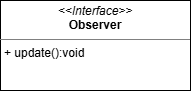
Earlier version of the draw.io export lab03/dc.png (ShemetovDanila/Object-oriented-analysis-and-design-2). Source tidied: cells renumbered, new cells last; positions are measured from the earlier drawing's top-left corner, leaving out a move shared by most shapes. Source of this version:
```xml
<mxGraphModel>
  <root>
    <mxCell id="0" />
    <mxCell id="1" parent="0" />
    <mxCell id="2" value="&lt;p style=&quot;margin:0px;margin-top:4px;text-align:center;&quot;&gt;&lt;i&gt;&amp;lt;&amp;lt;Interface&amp;gt;&amp;gt;&lt;/i&gt;&lt;br&gt;&lt;b&gt;Observer&lt;/b&gt;&lt;/p&gt;&lt;hr size=&quot;1&quot; style=&quot;border-style:solid;&quot;&gt;&lt;p style=&quot;margin:0px;margin-left:4px;&quot;&gt;&lt;/p&gt;&lt;p style=&quot;margin:0px;margin-left:4px;&quot;&gt;+ update():void&lt;/p&gt;" style="verticalAlign=top;align=left;overflow=fill;html=1;whiteSpace=wrap;" parent="1" vertex="1">
      <mxGeometry width="190" height="90" as="geometry" />
    </mxCell>
  </root>
</mxGraphModel>
```
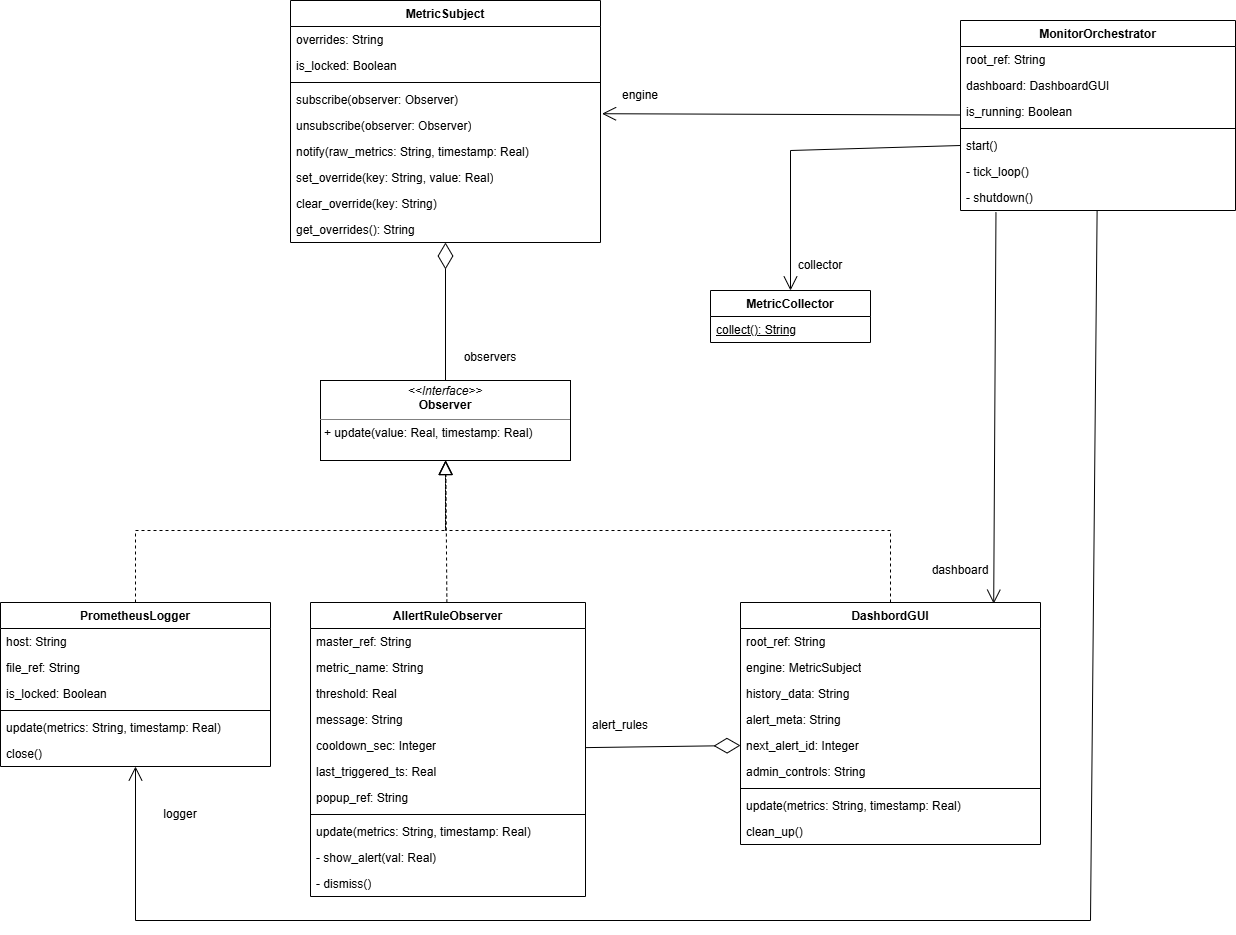
The same file after the commit.

What changed in the source:
```diff
@@ -2,8 +2,219 @@
   <root>
     <mxCell id="0" />
     <mxCell id="1" parent="0" />
-    <mxCell id="2" value="&lt;p style=&quot;margin:0px;margin-top:4px;text-align:center;&quot;&gt;&lt;i&gt;&amp;lt;&amp;lt;Interface&amp;gt;&amp;gt;&lt;/i&gt;&lt;br&gt;&lt;b&gt;Observer&lt;/b&gt;&lt;/p&gt;&lt;hr size=&quot;1&quot; style=&quot;border-style:solid;&quot;&gt;&lt;p style=&quot;margin:0px;margin-left:4px;&quot;&gt;&lt;/p&gt;&lt;p style=&quot;margin:0px;margin-left:4px;&quot;&gt;+ update():void&lt;/p&gt;" style="verticalAlign=top;align=left;overflow=fill;html=1;whiteSpace=wrap;" parent="1" vertex="1">
-      <mxGeometry width="190" height="90" as="geometry" />
+    <mxCell id="2" value="&lt;p style=&quot;margin:0px;margin-top:4px;text-align:center;&quot;&gt;&lt;i&gt;&amp;lt;&amp;lt;Interface&amp;gt;&amp;gt;&lt;/i&gt;&lt;br&gt;&lt;b&gt;Observer&lt;/b&gt;&lt;/p&gt;&lt;hr size=&quot;1&quot; style=&quot;border-style:solid;&quot;&gt;&lt;p style=&quot;margin:0px;margin-left:4px;&quot;&gt;&lt;/p&gt;&lt;p style=&quot;margin:0px;margin-left:4px;&quot;&gt;+ update(value: Real, timestamp: Real)&lt;/p&gt;" style="verticalAlign=top;align=left;overflow=fill;html=1;whiteSpace=wrap;" parent="1" vertex="1">
+      <mxGeometry width="250" height="80" as="geometry" />
     </mxCell>
+    <mxCell id="3" value="MetricCollector" style="swimlane;fontStyle=1;align=center;verticalAlign=top;horizontal=1;startSize=26;whiteSpace=wrap;html=1;" parent="1" vertex="1">
+      <mxGeometry x="390" y="-90" width="160" height="52" as="geometry" />
+    </mxCell>
+    <mxCell id="4" value="&lt;u&gt;collect(): String&lt;/u&gt;" style="text;strokeColor=none;fillColor=none;align=left;verticalAlign=top;spacingLeft=4;spacingRight=4;overflow=hidden;whiteSpace=wrap;html=1;" parent="3" vertex="1">
+      <mxGeometry y="26" width="160" height="26" as="geometry" />
+    </mxCell>
+    <mxCell id="5" value="MetricSubject" style="swimlane;fontStyle=1;align=center;verticalAlign=top;horizontal=1;startSize=26;whiteSpace=wrap;html=1;" parent="1" vertex="1">
+      <mxGeometry x="-30" y="-380" width="310" height="242" as="geometry" />
+    </mxCell>
+    <mxCell id="6" value="overrides: String" style="text;strokeColor=none;fillColor=none;align=left;verticalAlign=top;spacingLeft=4;spacingRight=4;overflow=hidden;whiteSpace=wrap;html=1;" parent="5" vertex="1">
+      <mxGeometry y="26" width="310" height="26" as="geometry" />
+    </mxCell>
+    <mxCell id="7" value="is_locked: Boolean" style="text;strokeColor=none;fillColor=none;align=left;verticalAlign=top;spacingLeft=4;spacingRight=4;overflow=hidden;whiteSpace=wrap;html=1;" parent="5" vertex="1">
+      <mxGeometry y="52" width="310" height="26" as="geometry" />
+    </mxCell>
+    <mxCell id="8" style="line;strokeWidth=1;fillColor=none;align=left;verticalAlign=middle;spacingTop=-1;spacingLeft=3;spacingRight=3;labelPosition=right;strokeColor=inherit;" parent="5" vertex="1">
+      <mxGeometry y="78" width="310" height="8" as="geometry" />
+    </mxCell>
+    <mxCell id="9" value="subscribe(observer: Observer)" style="text;strokeColor=none;fillColor=none;align=left;verticalAlign=top;spacingLeft=4;spacingRight=4;overflow=hidden;points=[[0,0.5],[1,0.5]];portConstraint=eastwest;whiteSpace=wrap;html=1;" parent="5" vertex="1">
+      <mxGeometry y="86" width="310" height="26" as="geometry" />
+    </mxCell>
+    <mxCell id="10" value="unsubscribe(observer: Observer)" style="text;strokeColor=none;fillColor=none;align=left;verticalAlign=top;spacingLeft=4;spacingRight=4;overflow=hidden;whiteSpace=wrap;html=1;" parent="5" vertex="1">
+      <mxGeometry y="112" width="310" height="26" as="geometry" />
+    </mxCell>
+    <mxCell id="11" value="notify(raw_metrics: String, timestamp: Real)" style="text;strokeColor=none;fillColor=none;align=left;verticalAlign=top;spacingLeft=4;spacingRight=4;overflow=hidden;whiteSpace=wrap;html=1;" parent="5" vertex="1">
+      <mxGeometry y="138" width="310" height="26" as="geometry" />
+    </mxCell>
+    <mxCell id="12" value="set_override(key: String, value: Real)" style="text;strokeColor=none;fillColor=none;align=left;verticalAlign=top;spacingLeft=4;spacingRight=4;overflow=hidden;whiteSpace=wrap;html=1;" parent="5" vertex="1">
+      <mxGeometry y="164" width="310" height="26" as="geometry" />
+    </mxCell>
+    <mxCell id="13" value="clear_override(key: String)" style="text;strokeColor=none;fillColor=none;align=left;verticalAlign=top;spacingLeft=4;spacingRight=4;overflow=hidden;whiteSpace=wrap;html=1;" parent="5" vertex="1">
+      <mxGeometry y="190" width="310" height="26" as="geometry" />
+    </mxCell>
+    <mxCell id="14" value="get_overrides(): String" style="text;strokeColor=none;fillColor=none;align=left;verticalAlign=top;spacingLeft=4;spacingRight=4;overflow=hidden;whiteSpace=wrap;html=1;" parent="5" vertex="1">
+      <mxGeometry y="216" width="310" height="26" as="geometry" />
+    </mxCell>
+    <mxCell id="15" value="PrometheusLogger" style="swimlane;fontStyle=1;align=center;verticalAlign=top;horizontal=1;startSize=26;whiteSpace=wrap;html=1;" parent="1" vertex="1">
+      <mxGeometry x="-320" y="222" width="270" height="164" as="geometry" />
+    </mxCell>
+    <mxCell id="16" value="host: String" style="text;strokeColor=none;fillColor=none;align=left;verticalAlign=top;spacingLeft=4;spacingRight=4;overflow=hidden;whiteSpace=wrap;html=1;" parent="15" vertex="1">
+      <mxGeometry y="26" width="270" height="26" as="geometry" />
+    </mxCell>
+    <mxCell id="17" value="file_ref: String" style="text;strokeColor=none;fillColor=none;align=left;verticalAlign=top;spacingLeft=4;spacingRight=4;overflow=hidden;whiteSpace=wrap;html=1;" parent="15" vertex="1">
+      <mxGeometry y="52" width="270" height="26" as="geometry" />
+    </mxCell>
+    <mxCell id="18" value="is_locked: Boolean" style="text;strokeColor=none;fillColor=none;align=left;verticalAlign=top;spacingLeft=4;spacingRight=4;overflow=hidden;whiteSpace=wrap;html=1;" parent="15" vertex="1">
+      <mxGeometry y="78" width="270" height="26" as="geometry" />
+    </mxCell>
+    <mxCell id="19" style="line;strokeWidth=1;fillColor=none;align=left;verticalAlign=middle;spacingTop=-1;spacingLeft=3;spacingRight=3;labelPosition=right;strokeColor=inherit;" parent="15" vertex="1">
+      <mxGeometry y="104" width="270" height="8" as="geometry" />
+    </mxCell>
+    <mxCell id="20" value="update(metrics: String, timestamp: Real)" style="text;strokeColor=none;fillColor=none;align=left;verticalAlign=top;spacingLeft=4;spacingRight=4;overflow=hidden;whiteSpace=wrap;html=1;" parent="15" vertex="1">
+      <mxGeometry y="112" width="270" height="26" as="geometry" />
+    </mxCell>
+    <mxCell id="21" value="close()" style="text;strokeColor=none;fillColor=none;align=left;verticalAlign=top;spacingLeft=4;spacingRight=4;overflow=hidden;whiteSpace=wrap;html=1;" parent="15" vertex="1">
+      <mxGeometry y="138" width="270" height="26" as="geometry" />
+    </mxCell>
+    <mxCell id="22" value="AllertRuleObserver" style="swimlane;fontStyle=1;align=center;verticalAlign=top;horizontal=1;startSize=26;whiteSpace=wrap;html=1;" parent="1" vertex="1">
+      <mxGeometry x="-10" y="222" width="275" height="294" as="geometry" />
+    </mxCell>
+    <mxCell id="23" value="master_ref: String" style="text;strokeColor=none;fillColor=none;align=left;verticalAlign=top;spacingLeft=4;spacingRight=4;overflow=hidden;whiteSpace=wrap;html=1;" parent="22" vertex="1">
+      <mxGeometry y="26" width="275" height="26" as="geometry" />
+    </mxCell>
+    <mxCell id="24" value="metric_name: String" style="text;strokeColor=none;fillColor=none;align=left;verticalAlign=top;spacingLeft=4;spacingRight=4;overflow=hidden;whiteSpace=wrap;html=1;" parent="22" vertex="1">
+      <mxGeometry y="52" width="275" height="26" as="geometry" />
+    </mxCell>
+    <mxCell id="25" value="threshold: Real" style="text;strokeColor=none;fillColor=none;align=left;verticalAlign=top;spacingLeft=4;spacingRight=4;overflow=hidden;whiteSpace=wrap;html=1;" parent="22" vertex="1">
+      <mxGeometry y="78" width="275" height="26" as="geometry" />
+    </mxCell>
+    <mxCell id="26" value="message: String" style="text;strokeColor=none;fillColor=none;align=left;verticalAlign=top;spacingLeft=4;spacingRight=4;overflow=hidden;whiteSpace=wrap;html=1;" parent="22" vertex="1">
+      <mxGeometry y="104" width="275" height="26" as="geometry" />
+    </mxCell>
+    <mxCell id="27" value="cooldown_sec: Integer" style="text;strokeColor=none;fillColor=none;align=left;verticalAlign=top;spacingLeft=4;spacingRight=4;overflow=hidden;whiteSpace=wrap;html=1;" parent="22" vertex="1">
+      <mxGeometry y="130" width="275" height="26" as="geometry" />
+    </mxCell>
+    <mxCell id="28" value="last_triggered_ts: Real" style="text;strokeColor=none;fillColor=none;align=left;verticalAlign=top;spacingLeft=4;spacingRight=4;overflow=hidden;whiteSpace=wrap;html=1;" parent="22" vertex="1">
+      <mxGeometry y="156" width="275" height="26" as="geometry" />
+    </mxCell>
+    <mxCell id="29" value="popup_ref: String" style="text;strokeColor=none;fillColor=none;align=left;verticalAlign=top;spacingLeft=4;spacingRight=4;overflow=hidden;whiteSpace=wrap;html=1;" parent="22" vertex="1">
+      <mxGeometry y="182" width="275" height="26" as="geometry" />
+    </mxCell>
+    <mxCell id="30" style="line;strokeWidth=1;fillColor=none;align=left;verticalAlign=middle;spacingTop=-1;spacingLeft=3;spacingRight=3;labelPosition=right;strokeColor=inherit;" parent="22" vertex="1">
+      <mxGeometry y="208" width="275" height="8" as="geometry" />
+    </mxCell>
+    <mxCell id="31" value="update(metrics: String, timestamp: Real)" style="text;strokeColor=none;fillColor=none;align=left;verticalAlign=top;spacingLeft=4;spacingRight=4;overflow=hidden;whiteSpace=wrap;html=1;" parent="22" vertex="1">
+      <mxGeometry y="216" width="275" height="26" as="geometry" />
+    </mxCell>
+    <mxCell id="32" value="- show_alert(val: Real)" style="text;strokeColor=none;fillColor=none;align=left;verticalAlign=top;spacingLeft=4;spacingRight=4;overflow=hidden;whiteSpace=wrap;html=1;" parent="22" vertex="1">
+      <mxGeometry y="242" width="275" height="26" as="geometry" />
+    </mxCell>
+    <mxCell id="33" value="- dismiss()" style="text;strokeColor=none;fillColor=none;align=left;verticalAlign=top;spacingLeft=4;spacingRight=4;overflow=hidden;whiteSpace=wrap;html=1;" parent="22" vertex="1">
+      <mxGeometry y="268" width="275" height="26" as="geometry" />
+    </mxCell>
+    <mxCell id="34" value="DashbordGUI" style="swimlane;fontStyle=1;align=center;verticalAlign=top;horizontal=1;startSize=26;whiteSpace=wrap;html=1;" parent="1" vertex="1">
+      <mxGeometry x="420" y="222" width="300" height="242" as="geometry" />
+    </mxCell>
+    <mxCell id="35" value="root_ref: String" style="text;strokeColor=none;fillColor=none;align=left;verticalAlign=top;spacingLeft=4;spacingRight=4;overflow=hidden;whiteSpace=wrap;html=1;" parent="34" vertex="1">
+      <mxGeometry y="26" width="300" height="26" as="geometry" />
+    </mxCell>
+    <mxCell id="36" value="engine: MetricSubject" style="text;strokeColor=none;fillColor=none;align=left;verticalAlign=top;spacingLeft=4;spacingRight=4;overflow=hidden;whiteSpace=wrap;html=1;" parent="34" vertex="1">
+      <mxGeometry y="52" width="300" height="26" as="geometry" />
+    </mxCell>
+    <mxCell id="37" value="history_data: String" style="text;strokeColor=none;fillColor=none;align=left;verticalAlign=top;spacingLeft=4;spacingRight=4;overflow=hidden;whiteSpace=wrap;html=1;" parent="34" vertex="1">
+      <mxGeometry y="78" width="300" height="26" as="geometry" />
+    </mxCell>
+    <mxCell id="38" value="alert_meta: String" style="text;strokeColor=none;fillColor=none;align=left;verticalAlign=top;spacingLeft=4;spacingRight=4;overflow=hidden;whiteSpace=wrap;html=1;" parent="34" vertex="1">
+      <mxGeometry y="104" width="300" height="26" as="geometry" />
+    </mxCell>
+    <mxCell id="39" value="next_alert_id: Integer" style="text;strokeColor=none;fillColor=none;align=left;verticalAlign=top;spacingLeft=4;spacingRight=4;overflow=hidden;points=[[0,0.5],[1,0.5]];portConstraint=eastwest;whiteSpace=wrap;html=1;" parent="34" vertex="1">
+      <mxGeometry y="130" width="300" height="26" as="geometry" />
+    </mxCell>
+    <mxCell id="40" value="admin_controls: String" style="text;strokeColor=none;fillColor=none;align=left;verticalAlign=top;spacingLeft=4;spacingRight=4;overflow=hidden;whiteSpace=wrap;html=1;" parent="34" vertex="1">
+      <mxGeometry y="156" width="300" height="26" as="geometry" />
+    </mxCell>
+    <mxCell id="41" style="line;strokeWidth=1;fillColor=none;align=left;verticalAlign=middle;spacingTop=-1;spacingLeft=3;spacingRight=3;labelPosition=right;strokeColor=inherit;" parent="34" vertex="1">
+      <mxGeometry y="182" width="300" height="8" as="geometry" />
+    </mxCell>
+    <mxCell id="42" value="update(metrics: String, timestamp: Real)" style="text;strokeColor=none;fillColor=none;align=left;verticalAlign=top;spacingLeft=4;spacingRight=4;overflow=hidden;whiteSpace=wrap;html=1;" parent="34" vertex="1">
+      <mxGeometry y="190" width="300" height="26" as="geometry" />
+    </mxCell>
+    <mxCell id="43" value="clean_up()" style="text;strokeColor=none;fillColor=none;align=left;verticalAlign=top;spacingLeft=4;spacingRight=4;overflow=hidden;whiteSpace=wrap;html=1;" parent="34" vertex="1">
+      <mxGeometry y="216" width="300" height="26" as="geometry" />
+    </mxCell>
+    <mxCell id="44" style="endArrow=block;dashed=1;endFill=0;endSize=12;html=1;rounded=0;" parent="1" edge="1" source="22" target="2">
+      <mxGeometry relative="1" as="geometry" />
+    </mxCell>
+    <mxCell id="45" style="endArrow=block;dashed=1;endFill=0;endSize=12;html=1;rounded=0;" parent="1" edge="1" source="15" target="2">
+      <mxGeometry relative="1" as="geometry">
+        <Array as="points">
+          <mxPoint x="-185" y="150" />
+          <mxPoint x="125" y="150" />
+        </Array>
+      </mxGeometry>
+    </mxCell>
+    <mxCell id="46" style="endArrow=block;dashed=1;endFill=0;endSize=12;html=1;rounded=0;" parent="1" edge="1" source="34" target="2">
+      <mxGeometry relative="1" as="geometry">
+        <Array as="points">
+          <mxPoint x="570" y="150" />
+          <mxPoint x="125" y="150" />
+        </Array>
+      </mxGeometry>
+    </mxCell>
+    <mxCell id="47" value="MonitorOrchestrator" style="swimlane;fontStyle=1;align=center;verticalAlign=top;horizontal=1;startSize=26;whiteSpace=wrap;html=1;" parent="1" vertex="1">
+      <mxGeometry x="640" y="-360" width="275" height="190" as="geometry" />
+    </mxCell>
+    <mxCell id="48" value="root_ref: String" style="text;strokeColor=none;fillColor=none;align=left;verticalAlign=top;spacingLeft=4;spacingRight=4;overflow=hidden;whiteSpace=wrap;html=1;" parent="47" vertex="1">
+      <mxGeometry y="26" width="275" height="26" as="geometry" />
+    </mxCell>
+    <mxCell id="49" value="dashboard: DashboardGUI" style="text;strokeColor=none;fillColor=none;align=left;verticalAlign=top;spacingLeft=4;spacingRight=4;overflow=hidden;whiteSpace=wrap;html=1;" parent="47" vertex="1">
+      <mxGeometry y="52" width="275" height="26" as="geometry" />
+    </mxCell>
+    <mxCell id="50" value="is_running: Boolean" style="text;strokeColor=none;fillColor=none;align=left;verticalAlign=top;spacingLeft=4;spacingRight=4;overflow=hidden;whiteSpace=wrap;html=1;" parent="47" vertex="1">
+      <mxGeometry y="78" width="275" height="26" as="geometry" />
+    </mxCell>
+    <mxCell id="51" style="line;strokeWidth=1;fillColor=none;align=left;verticalAlign=middle;spacingTop=-1;spacingLeft=3;spacingRight=3;labelPosition=right;strokeColor=inherit;" parent="47" vertex="1">
+      <mxGeometry y="104" width="275" height="8" as="geometry" />
+    </mxCell>
+    <mxCell id="52" value="start()" style="text;strokeColor=none;fillColor=none;align=left;verticalAlign=top;spacingLeft=4;spacingRight=4;overflow=hidden;points=[[0,0.5],[1,0.5]];portConstraint=eastwest;whiteSpace=wrap;html=1;" parent="47" vertex="1">
+      <mxGeometry y="112" width="275" height="26" as="geometry" />
+    </mxCell>
+    <mxCell id="53" value="- tick_loop()" style="text;strokeColor=none;fillColor=none;align=left;verticalAlign=top;spacingLeft=4;spacingRight=4;overflow=hidden;whiteSpace=wrap;html=1;" parent="47" vertex="1">
+      <mxGeometry y="138" width="275" height="26" as="geometry" />
+    </mxCell>
+    <mxCell id="54" value="- shutdown()" style="text;strokeColor=none;fillColor=none;align=left;verticalAlign=top;spacingLeft=4;spacingRight=4;overflow=hidden;points=[[0,0.5],[1,0.5]];portConstraint=eastwest;whiteSpace=wrap;html=1;" parent="47" vertex="1">
+      <mxGeometry y="164" width="275" height="26" as="geometry" />
+    </mxCell>
+    <mxCell id="55" value="&lt;span style=&quot;text-align: left;&quot;&gt;observers&lt;/span&gt;" style="text;html=1;whiteSpace=wrap;strokeColor=none;fillColor=none;align=center;verticalAlign=middle;rounded=0;" parent="1" vertex="1">
+      <mxGeometry x="140" y="-38" width="60" height="30" as="geometry" />
+    </mxCell>
+    <mxCell id="56" style="endArrow=diamondThin;endFill=0;endSize=24;html=1;rounded=0;" parent="1" edge="1" source="2" target="5">
+      <mxGeometry relative="1" as="geometry" />
+    </mxCell>
+    <mxCell id="57" style="endArrow=diamondThin;endFill=0;endSize=24;html=1;rounded=0;entryX=0;entryY=0.5;entryDx=0;entryDy=0;" parent="1" edge="1" source="22" target="39">
+      <mxGeometry relative="1" as="geometry" />
+    </mxCell>
+    <mxCell id="58" value="&lt;span style=&quot;text-align: left;&quot;&gt;alert_rules&lt;/span&gt;" style="text;html=1;whiteSpace=wrap;strokeColor=none;fillColor=none;align=center;verticalAlign=middle;rounded=0;" parent="1" vertex="1">
+      <mxGeometry x="270" y="330" width="60" height="30" as="geometry" />
+    </mxCell>
+    <mxCell id="59" style="endArrow=open;endFill=1;endSize=12;html=1;rounded=0;entryX=1.005;entryY=1.047;entryDx=0;entryDy=0;entryPerimeter=0;" parent="1" edge="1" source="47" target="9">
+      <mxGeometry relative="1" as="geometry" />
+    </mxCell>
+    <mxCell id="60" value="&lt;span style=&quot;text-align: left;&quot;&gt;engine&lt;/span&gt;" style="text;html=1;whiteSpace=wrap;strokeColor=none;fillColor=none;align=center;verticalAlign=middle;rounded=0;" parent="1" vertex="1">
+      <mxGeometry x="290" y="-300" width="60" height="30" as="geometry" />
+    </mxCell>
+    <mxCell id="61" style="endArrow=open;endFill=1;endSize=12;html=1;rounded=0;exitX=0;exitY=0.5;exitDx=0;exitDy=0;" parent="1" edge="1" source="52" target="3">
+      <mxGeometry relative="1" as="geometry">
+        <Array as="points">
+          <mxPoint x="470" y="-230" />
+        </Array>
+      </mxGeometry>
+    </mxCell>
+    <mxCell id="62" value="&lt;span style=&quot;text-align: left;&quot;&gt;collector&lt;/span&gt;" style="text;html=1;whiteSpace=wrap;strokeColor=none;fillColor=none;align=center;verticalAlign=middle;rounded=0;" parent="1" vertex="1">
+      <mxGeometry x="470" y="-130" width="60" height="30" as="geometry" />
+    </mxCell>
+    <mxCell id="63" style="endArrow=open;endFill=1;endSize=12;html=1;rounded=0;" parent="1" edge="1" source="47" target="15">
+      <mxGeometry relative="1" as="geometry">
+        <Array as="points">
+          <mxPoint x="770" y="540" />
+          <mxPoint x="-185" y="540" />
+        </Array>
+      </mxGeometry>
+    </mxCell>
+    <mxCell id="64" style="endArrow=open;endFill=1;endSize=12;html=1;rounded=0;entryX=0.844;entryY=0.005;entryDx=0;entryDy=0;entryPerimeter=0;exitX=0.129;exitY=1.064;exitDx=0;exitDy=0;exitPerimeter=0;" parent="1" edge="1" source="54" target="34">
+      <mxGeometry relative="1" as="geometry" />
+    </mxCell>
+    <mxCell id="65" value="&lt;span style=&quot;text-align: left;&quot;&gt;logger&lt;/span&gt;" style="text;html=1;whiteSpace=wrap;strokeColor=none;fillColor=none;align=center;verticalAlign=middle;rounded=0;" parent="1" vertex="1">
+      <mxGeometry x="-170" y="419" width="60" height="30" as="geometry" />
+    </mxCell>
+    <mxCell id="66" value="&lt;span style=&quot;text-align: left;&quot;&gt;dashboard&lt;/span&gt;" style="text;html=1;whiteSpace=wrap;strokeColor=none;fillColor=none;align=center;verticalAlign=middle;rounded=0;" parent="1" vertex="1">
+      <mxGeometry x="610" y="170" width="60" height="40" as="geometry" />
+    </mxCell>
   </root>
 </mxGraphModel>
```
